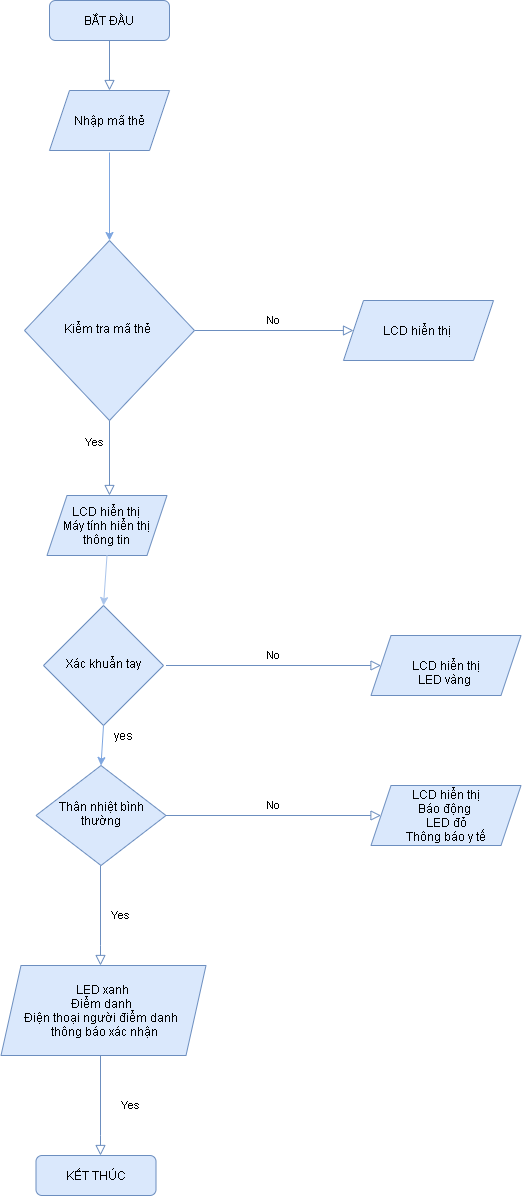
The draw.io diagram Untitled Diagram.png in danghuynhthi/baitest01, before a commit. Source tidied: cells renumbered, new cells last; positions are measured from the earlier drawing's top-left corner, leaving out a move shared by most shapes.
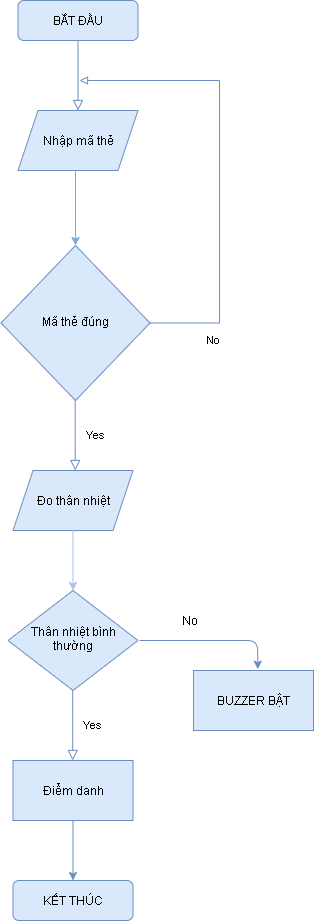
Above is the later version.

Diff of the diagram source:
```diff
@@ -6,91 +6,81 @@
       <mxGeometry relative="1" as="geometry" />
     </mxCell>
     <mxCell id="3" value="BẮT ĐẦU" style="rounded=1;whiteSpace=wrap;html=1;fontSize=12;glass=0;strokeWidth=1;shadow=0;fillColor=#dae8fc;strokeColor=#6c8ebf;" parent="1" vertex="1">
-      <mxGeometry x="48" width="120" height="40" as="geometry" />
+      <mxGeometry x="50.5" y="55" width="120" height="40" as="geometry" />
     </mxCell>
-    <mxCell id="4" value="Yes" style="rounded=0;html=1;jettySize=auto;fontSize=11;endArrow=block;endFill=0;endSize=8;strokeWidth=1;shadow=0;labelBackgroundColor=none;edgeStyle=orthogonalEdgeStyle;fillColor=#dae8fc;strokeColor=#6c8ebf;" parent="1" edge="1" source="6">
-      <mxGeometry x="-0.43" y="-15" relative="1" as="geometry">
-        <mxPoint x="108" y="495" as="targetPoint" />
-      </mxGeometry>
-    </mxCell>
-    <mxCell id="5" value="No" style="edgeStyle=orthogonalEdgeStyle;rounded=0;html=1;jettySize=auto;fontSize=11;endArrow=block;endFill=0;endSize=8;strokeWidth=1;shadow=0;labelBackgroundColor=none;fillColor=#dae8fc;strokeColor=#6c8ebf;entryX=0;entryY=0.5;entryDx=0;entryDy=0;" parent="1" edge="1" source="6" target="21">
-      <mxGeometry y="10" relative="1" as="geometry" />
-    </mxCell>
-    <mxCell id="6" value="Kiểm tra mã thẻ&amp;nbsp;" style="rhombus;whiteSpace=wrap;html=1;shadow=0;fontFamily=Helvetica;fontSize=12;align=center;strokeWidth=1;spacing=6;spacingTop=-4;fillColor=#dae8fc;strokeColor=#6c8ebf;" parent="1" vertex="1">
-      <mxGeometry x="23" y="240" width="170" height="180" as="geometry" />
+    <mxCell id="6" value="Mã thẻ đúng" style="rhombus;whiteSpace=wrap;html=1;shadow=0;fontFamily=Helvetica;fontSize=12;align=center;strokeWidth=1;spacing=6;spacingTop=-4;fillColor=#dae8fc;strokeColor=#6c8ebf;" parent="1" vertex="1">
+      <mxGeometry x="33.5" y="300" width="149" height="155" as="geometry" />
     </mxCell>
     <mxCell id="7" value="Thân nhiệt bình thường" style="rhombus;whiteSpace=wrap;html=1;shadow=0;fontFamily=Helvetica;fontSize=12;align=center;strokeWidth=1;spacing=6;spacingTop=-4;fillColor=#dae8fc;strokeColor=#6c8ebf;" parent="1" vertex="1">
-      <mxGeometry x="34.5" y="765" width="130" height="100" as="geometry" />
+      <mxGeometry x="40.5" y="645" width="130" height="100" as="geometry" />
     </mxCell>
-    <mxCell id="8" value="Xác khuẩn tay" style="rhombus;whiteSpace=wrap;html=1;shadow=0;fontFamily=Helvetica;fontSize=12;align=center;strokeWidth=1;spacing=6;spacingTop=-4;fillColor=#dae8fc;strokeColor=#6c8ebf;" parent="1" vertex="1">
-      <mxGeometry x="42" y="605" width="120" height="120" as="geometry" />
-    </mxCell>
     <mxCell id="9" value="KẾT THÚC" style="rounded=1;whiteSpace=wrap;html=1;fontSize=12;glass=0;strokeWidth=1;shadow=0;fillColor=#dae8fc;strokeColor=#6c8ebf;" parent="1" vertex="1">
-      <mxGeometry x="34.5" y="1155" width="120" height="40" as="geometry" />
+      <mxGeometry x="45.5" y="935" width="120" height="40" as="geometry" />
     </mxCell>
     <mxCell id="10" value="Yes" style="rounded=0;html=1;jettySize=auto;orthogonalLoop=1;fontSize=11;endArrow=block;endFill=0;endSize=8;strokeWidth=1;shadow=0;labelBackgroundColor=none;edgeStyle=orthogonalEdgeStyle;entryX=0.5;entryY=0;entryDx=0;entryDy=0;fillColor=#dae8fc;strokeColor=#6c8ebf;" parent="1" edge="1">
       <mxGeometry y="20" relative="1" as="geometry">
-        <mxPoint x="99" y="865" as="sourcePoint" />
-        <mxPoint x="99" y="965" as="targetPoint" />
+        <mxPoint x="107.7" y="455" as="sourcePoint" />
+        <mxPoint x="107.7" y="525" as="targetPoint" />
         <Array as="points">
-          <mxPoint x="99.5" y="945" />
-          <mxPoint x="99.5" y="945" />
+          <mxPoint x="108.2" y="505" />
+          <mxPoint x="108.2" y="505" />
         </Array>
       </mxGeometry>
     </mxCell>
-    <mxCell id="11" value="LED xanh&lt;br&gt;Điểm danh&amp;nbsp;&lt;br&gt;Điện thoại người điểm danh&amp;nbsp;&lt;br&gt;&amp;nbsp;thông báo xác nhận" style="shape=parallelogram;perimeter=parallelogramPerimeter;whiteSpace=wrap;html=1;fixedSize=1;fillColor=#dae8fc;strokeColor=#6c8ebf;" parent="1" vertex="1">
-      <mxGeometry x="-0.5" y="965" width="205" height="90" as="geometry" />
-    </mxCell>
-    <mxCell id="12" value="Yes" style="rounded=0;html=1;jettySize=auto;orthogonalLoop=1;fontSize=11;endArrow=block;endFill=0;endSize=8;strokeWidth=1;shadow=0;labelBackgroundColor=none;edgeStyle=orthogonalEdgeStyle;entryX=0.5;entryY=0;entryDx=0;entryDy=0;fillColor=#dae8fc;strokeColor=#6c8ebf;" parent="1" edge="1">
-      <mxGeometry y="30" relative="1" as="geometry">
-        <mxPoint x="99" y="1055" as="sourcePoint" />
-        <mxPoint x="99" y="1155" as="targetPoint" />
-        <Array as="points">
-          <mxPoint x="99.5" y="1135" />
-          <mxPoint x="99.5" y="1135" />
-        </Array>
-      </mxGeometry>
-    </mxCell>
-    <mxCell id="13" value="No" style="edgeStyle=orthogonalEdgeStyle;rounded=0;html=1;jettySize=auto;orthogonalLoop=1;fontSize=11;endArrow=block;endFill=0;endSize=8;strokeWidth=1;shadow=0;labelBackgroundColor=none;fillColor=#dae8fc;strokeColor=#6c8ebf;" parent="1" edge="1">
-      <mxGeometry y="10" relative="1" as="geometry">
-        <mxPoint x="164.5" y="665" as="sourcePoint" />
-        <mxPoint x="379.5" y="665" as="targetPoint" />
-      </mxGeometry>
-    </mxCell>
-    <mxCell id="14" value="&lt;br&gt;LCD hiển thị&lt;br&gt;LED vàng&amp;nbsp;" style="shape=parallelogram;perimeter=parallelogramPerimeter;whiteSpace=wrap;html=1;fixedSize=1;fillColor=#dae8fc;strokeColor=#6c8ebf;" parent="1" vertex="1">
-      <mxGeometry x="369.5" y="635" width="150" height="60" as="geometry" />
-    </mxCell>
-    <mxCell id="15" value="No" style="edgeStyle=orthogonalEdgeStyle;rounded=0;html=1;jettySize=auto;orthogonalLoop=1;fontSize=11;endArrow=block;endFill=0;endSize=8;strokeWidth=1;shadow=0;labelBackgroundColor=none;fillColor=#dae8fc;strokeColor=#6c8ebf;" parent="1" edge="1">
-      <mxGeometry y="10" relative="1" as="geometry">
-        <mxPoint x="164.5" y="815" as="sourcePoint" />
-        <mxPoint x="379.5" y="815" as="targetPoint" />
-      </mxGeometry>
-    </mxCell>
-    <mxCell id="16" value="LCD hiển thị&lt;br&gt;Báo động&amp;nbsp;&lt;br&gt;LED đỏ&lt;br&gt;Thông báo y tế" style="shape=parallelogram;perimeter=parallelogramPerimeter;whiteSpace=wrap;html=1;fixedSize=1;fillColor=#dae8fc;strokeColor=#6c8ebf;" parent="1" vertex="1">
-      <mxGeometry x="369.5" y="785" width="150" height="60" as="geometry" />
-    </mxCell>
-    <mxCell id="17" value="&lt;span&gt;LCD hiển thị&lt;br&gt;Máy tính hiển thị thông tin&lt;/span&gt;" style="shape=parallelogram;perimeter=parallelogramPerimeter;whiteSpace=wrap;html=1;fixedSize=1;fillColor=#dae8fc;strokeColor=#6c8ebf;" parent="1" vertex="1">
-      <mxGeometry x="45.5" y="495" width="120" height="60" as="geometry" />
+    <mxCell id="17" value="Đo thân nhiệt" style="shape=parallelogram;perimeter=parallelogramPerimeter;whiteSpace=wrap;html=1;fixedSize=1;fillColor=#dae8fc;strokeColor=#6c8ebf;" parent="1" vertex="1">
+      <mxGeometry x="45.5" y="525" width="120" height="60" as="geometry" />
     </mxCell>
-    <mxCell id="18" style="endArrow=classic;html=1;exitX=0.5;exitY=1;exitDx=0;exitDy=0;entryX=0.5;entryY=0;entryDx=0;entryDy=0;fillColor=#f5f5f5;strokeColor=#A9C4EB;" parent="1" edge="1" source="17" target="8">
-      <mxGeometry relative="1" as="geometry" />
+    <mxCell id="18" style="endArrow=classic;html=1;exitX=0.5;exitY=1;exitDx=0;exitDy=0;fillColor=#f5f5f5;strokeColor=#A9C4EB;" parent="1" edge="1" source="17">
+      <mxGeometry relative="1" as="geometry">
+        <mxPoint x="105.5" y="645" as="targetPoint" />
+      </mxGeometry>
     </mxCell>
     <mxCell id="19" value="&lt;span&gt;Nhập mã thẻ&lt;/span&gt;" style="shape=parallelogram;perimeter=parallelogramPerimeter;whiteSpace=wrap;html=1;fixedSize=1;fillColor=#dae8fc;strokeColor=#6c8ebf;" parent="1" vertex="1">
-      <mxGeometry x="48" y="90" width="120" height="60" as="geometry" />
+      <mxGeometry x="50.5" y="165" width="120" height="60" as="geometry" />
     </mxCell>
     <mxCell id="20" style="endArrow=classic;html=1;entryX=0.5;entryY=0;entryDx=0;entryDy=0;strokeColor=#7EA6E0;" parent="1" edge="1" target="6">
       <mxGeometry relative="1" as="geometry">
-        <mxPoint x="108" y="152" as="sourcePoint" />
+        <mxPoint x="108" y="225" as="sourcePoint" />
       </mxGeometry>
     </mxCell>
-    <mxCell id="21" value="LCD hiển thị&amp;nbsp;" style="shape=parallelogram;perimeter=parallelogramPerimeter;whiteSpace=wrap;html=1;fixedSize=1;fillColor=#dae8fc;strokeColor=#6c8ebf;" parent="1" vertex="1">
-      <mxGeometry x="342" y="300" width="150" height="60" as="geometry" />
-    </mxCell>
-    <mxCell id="22" style="endArrow=classic;html=1;strokeColor=#7EA6E0;exitX=0.5;exitY=1;exitDx=0;exitDy=0;entryX=0.5;entryY=0;entryDx=0;entryDy=0;" parent="1" edge="1" source="8" target="7">
-      <mxGeometry relative="1" as="geometry" />
-    </mxCell>
-    <mxCell id="23" value="yes" style="text;html=1;strokeColor=none;fillColor=none;align=center;verticalAlign=middle;whiteSpace=wrap;rounded=0;" parent="1" vertex="1">
-      <mxGeometry x="102" y="725" width="40" height="20" as="geometry" />
-    </mxCell>
+    <mxCell id="24" value="Điểm danh" style="rounded=0;whiteSpace=wrap;html=1;fillColor=#dae8fc;strokeColor=#6c8ebf;" parent="1" vertex="1">
+      <mxGeometry x="45.5" y="815" width="120" height="60" as="geometry" />
+    </mxCell>
+    <mxCell id="25" style="endArrow=classic;html=1;entryX=0.5;entryY=0;entryDx=0;entryDy=0;exitX=0.5;exitY=1;exitDx=0;exitDy=0;fillColor=#dae8fc;strokeColor=#6c8ebf;" parent="1" edge="1" source="24" target="9">
+      <mxGeometry relative="1" as="geometry" />
+    </mxCell>
+    <mxCell id="12" value="Yes" style="rounded=0;html=1;jettySize=auto;orthogonalLoop=1;fontSize=11;endArrow=block;endFill=0;endSize=8;strokeWidth=1;shadow=0;labelBackgroundColor=none;edgeStyle=orthogonalEdgeStyle;entryX=0.5;entryY=0;entryDx=0;entryDy=0;fillColor=#dae8fc;strokeColor=#6c8ebf;" parent="1" edge="1">
+      <mxGeometry y="20" relative="1" as="geometry">
+        <mxPoint x="105.2" y="745" as="sourcePoint" />
+        <mxPoint x="105.2" y="815" as="targetPoint" />
+        <Array as="points">
+          <mxPoint x="105.7" y="795" />
+          <mxPoint x="105.7" y="795" />
+        </Array>
+      </mxGeometry>
+    </mxCell>
+    <mxCell id="26" value="No" style="rounded=0;html=1;jettySize=auto;fontSize=11;endArrow=block;endFill=0;endSize=6;strokeWidth=1;shadow=0;labelBackgroundColor=none;edgeStyle=orthogonalEdgeStyle;fillColor=#dae8fc;strokeColor=#6c8ebf;exitX=1;exitY=0.5;exitDx=0;exitDy=0;" parent="1" edge="1" source="6">
+      <mxGeometry x="-0.72" y="-17" relative="1" as="geometry">
+        <mxPoint x="112" y="135" as="targetPoint" />
+        <Array as="points">
+          <mxPoint x="252" y="377" />
+          <mxPoint x="252" y="135" />
+        </Array>
+      </mxGeometry>
+    </mxCell>
+    <mxCell id="27" value="BUZZER BẬT" style="rounded=0;whiteSpace=wrap;html=1;fillColor=#dae8fc;strokeColor=#6c8ebf;" parent="1" vertex="1">
+      <mxGeometry x="226" y="725" width="120" height="60" as="geometry" />
+    </mxCell>
+    <mxCell id="28" style="endArrow=classic;html=1;fillColor=#dae8fc;strokeColor=#6c8ebf;entryX=0.536;entryY=-0.021;entryDx=0;entryDy=0;entryPerimeter=0;" parent="1" edge="1" target="27">
+      <mxGeometry relative="1" as="geometry">
+        <mxPoint x="172" y="695" as="sourcePoint" />
+        <Array as="points">
+          <mxPoint x="290" y="695" />
+        </Array>
+      </mxGeometry>
+    </mxCell>
+    <mxCell id="29" value="No" style="text;html=1;align=center;verticalAlign=middle;" parent="1" vertex="1">
+      <mxGeometry x="207" y="665" width="30" height="20" as="geometry" />
+    </mxCell>
   </root>
 </mxGraphModel>
```
